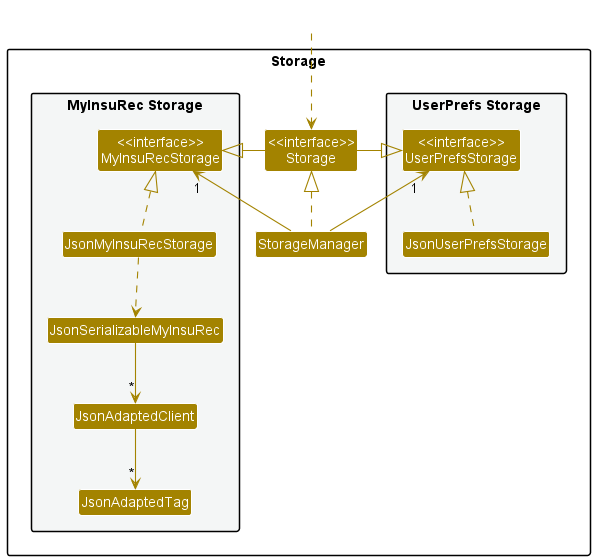
Earlier version of the PlantUML export docs/images/StorageClassDiagram.png (nus-cs2103-AY2223S1/tp).
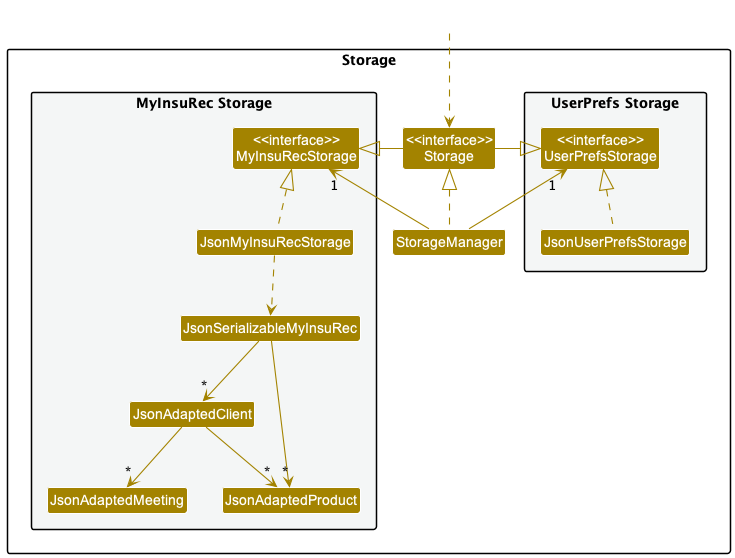
After the change.

What changed in the source:
```diff
@@ -19,7 +19,8 @@
 Class JsonMyInsuRecStorage
 Class JsonSerializableMyInsuRec
 Class JsonAdaptedClient
-Class JsonAdaptedTag
+Class JsonAdaptedMeeting
+Class JsonAdaptedProduct
 }
 
 }
@@ -38,6 +39,10 @@
 JsonMyInsuRecStorage .up.|> MyInsuRecStorage
 JsonMyInsuRecStorage ..> JsonSerializableMyInsuRec
 JsonSerializableMyInsuRec --> "*" JsonAdaptedClient
-JsonAdaptedClient --> "*" JsonAdaptedTag
+JsonSerializableMyInsuRec --> "*" JsonAdaptedProduct
+JsonAdaptedClient --> "*" JsonAdaptedMeeting
+
+JsonAdaptedClient --> "*" JsonAdaptedProduct
+
 
 @enduml
```
